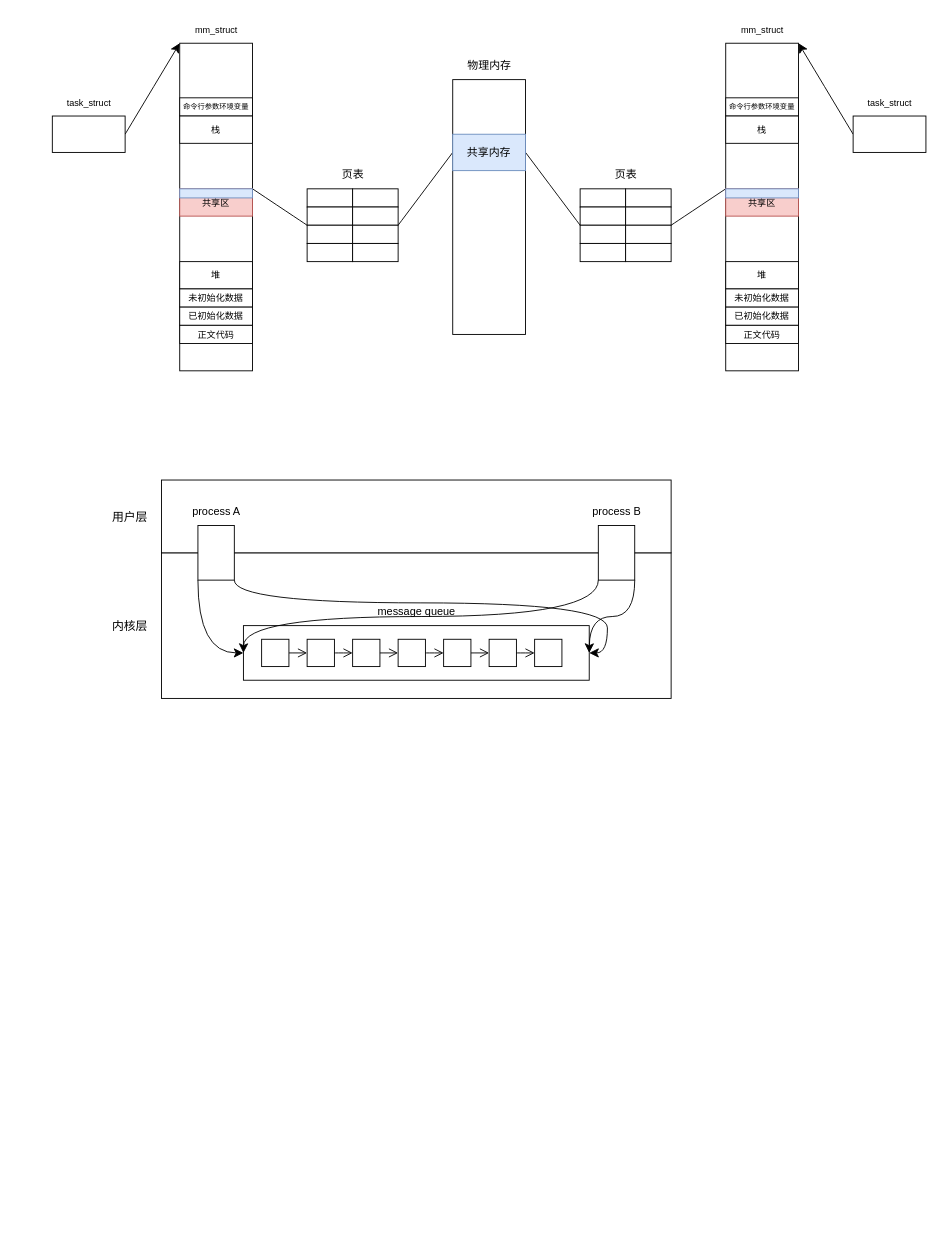
WAVE-CORE/Something keeps this draw.io diagram as drawio/未命名绘图.drawio. Above is the earlier version. Source tidied: cells renumbered, new cells numbered last; positions are measured from the earlier drawing's top-left corner, leaving out a move shared by most shapes. Both pictures are drawn from the tidied source at 91%, with x=0, y=0 at pixel (52, 15).
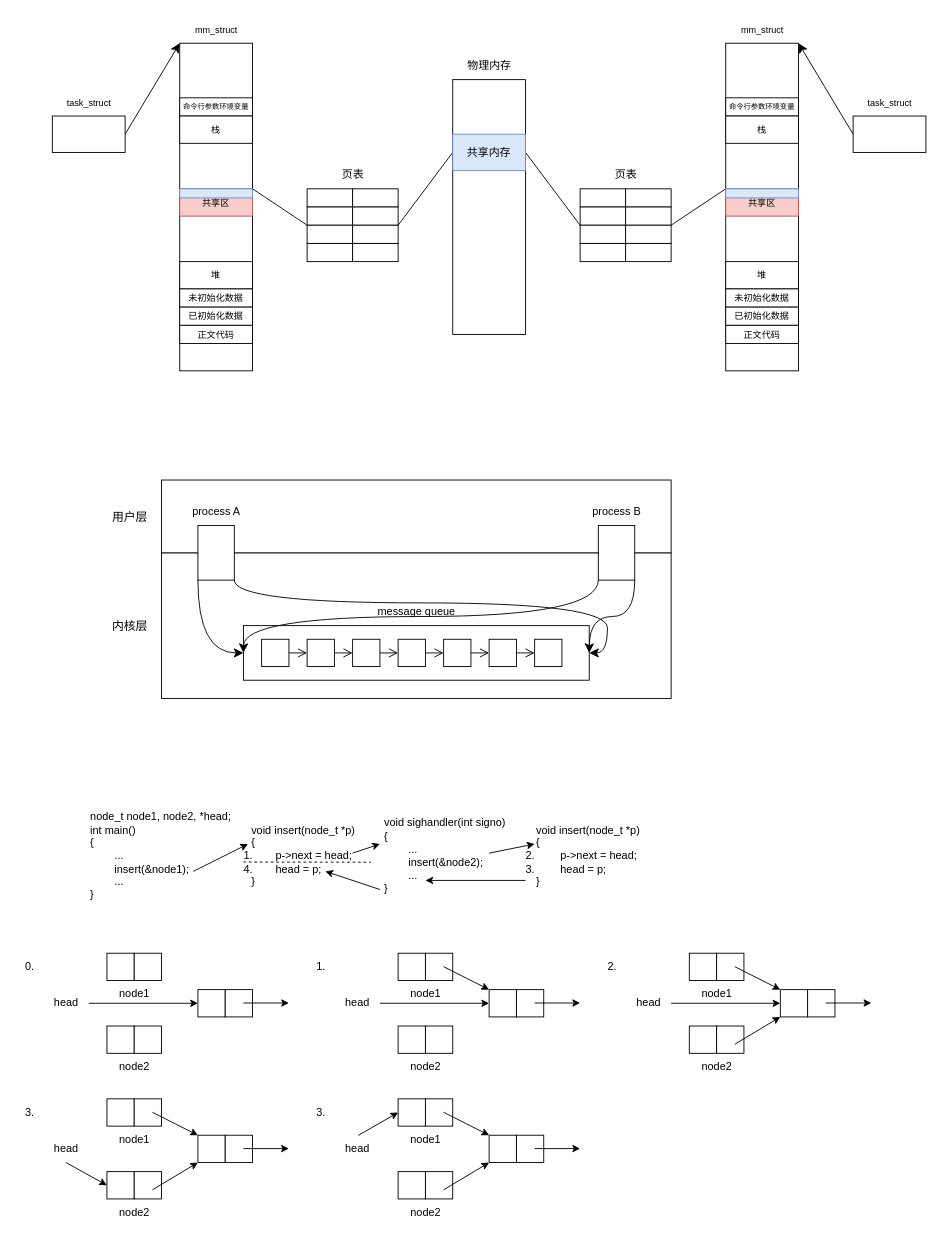
After the change.

Commit message:
更新未命名绘图.drawio

Diff of the diagram source:
```diff
@@
+    <mxCell id="80" value="node_t node1, node2, *head;&lt;div&gt;int main()&lt;/div&gt;&lt;div&gt;{&lt;/div&gt;&lt;div&gt;&lt;span style=&quot;white-space: pre;&quot;&gt;&#9;&lt;/span&gt;...&lt;br&gt;&lt;/div&gt;&lt;div&gt;&lt;span style=&quot;white-space: pre;&quot;&gt;&#9;&lt;/span&gt;insert(&amp;amp;node1);&lt;br&gt;&lt;/div&gt;&lt;div&gt;&lt;span style=&quot;white-space: pre;&quot;&gt;&#9;&lt;/span&gt;...&lt;br&gt;&lt;/div&gt;&lt;div&gt;}&lt;/div&gt;" style="text;html=1;align=left;verticalAlign=middle;strokeColor=none;fillColor=none;" parent="1" vertex="1">
+      <mxGeometry x="40" y="868" width="180" height="110" as="geometry" />
+    </mxCell>
+    <mxCell id="81" value="void insert(node_t *p)&lt;div&gt;{&lt;/div&gt;&lt;div&gt;&lt;span style=&quot;white-space: pre;&quot;&gt;&#9;&lt;/span&gt;p-&amp;gt;next = head;&lt;br&gt;&lt;/div&gt;&lt;div&gt;&lt;span style=&quot;white-space: pre;&quot;&gt;&#9;&lt;/span&gt;head = p;&lt;br&gt;&lt;/div&gt;&lt;div&gt;}&lt;/div&gt;" style="text;html=1;align=left;verticalAlign=middle;strokeColor=none;fillColor=none;" parent="1" vertex="1">
+      <mxGeometry x="217" y="878" width="140" height="90" as="geometry" />
+    </mxCell>
+    <mxCell id="82" value="void sighandler(int signo)&lt;div&gt;{&lt;/div&gt;&lt;div&gt;&lt;span style=&quot;white-space: pre;&quot;&gt;&#9;&lt;/span&gt;...&lt;br&gt;&lt;/div&gt;&lt;div&gt;&lt;span style=&quot;white-space: pre;&quot;&gt;&#9;&lt;/span&gt;insert(&amp;amp;node2);&lt;br&gt;&lt;/div&gt;&lt;div&gt;&lt;span style=&quot;white-space: pre;&quot;&gt;&#9;&lt;/span&gt;...&lt;br&gt;&lt;/div&gt;&lt;div&gt;}&lt;/div&gt;" style="text;html=1;align=left;verticalAlign=middle;strokeColor=none;fillColor=none;" parent="1" vertex="1">
+      <mxGeometry x="363" y="873" width="160" height="100" as="geometry" />
+    </mxCell>
+    <mxCell id="83" value="void insert(node_t *p)&lt;div&gt;{&lt;/div&gt;&lt;div&gt;&lt;span style=&quot;white-space: pre;&quot;&gt;&#9;&lt;/span&gt;p-&amp;gt;next = head;&lt;br&gt;&lt;/div&gt;&lt;div&gt;&lt;span style=&quot;white-space: pre;&quot;&gt;&#9;&lt;/span&gt;head = p;&lt;br&gt;&lt;/div&gt;&lt;div&gt;}&lt;/div&gt;" style="text;html=1;align=left;verticalAlign=middle;strokeColor=none;fillColor=none;" parent="1" vertex="1">
+      <mxGeometry x="530" y="878" width="140" height="90" as="geometry" />
+    </mxCell>
+    <mxCell id="84" value="2.&lt;div&gt;3.&lt;/div&gt;" style="text;html=1;align=center;verticalAlign=middle;strokeColor=none;fillColor=none;" parent="1" vertex="1">
+      <mxGeometry x="510" y="910" width="30" height="40" as="geometry" />
+    </mxCell>
+    <mxCell id="85" value="1.&lt;div&gt;4.&lt;/div&gt;" style="text;html=1;align=center;verticalAlign=middle;strokeColor=none;fillColor=none;" parent="1" vertex="1">
+      <mxGeometry x="200" y="910" width="30" height="40" as="geometry" />
+    </mxCell>
+    <mxCell id="86" style="endArrow=classic;html=1;rounded=0;" parent="1" edge="1">
+      <mxGeometry relative="1" as="geometry">
+        <mxPoint x="155" y="940" as="sourcePoint" />
+        <mxPoint x="215" y="910" as="targetPoint" />
+      </mxGeometry>
+    </mxCell>
+    <mxCell id="87" style="endArrow=classic;html=1;rounded=0;" parent="1" edge="1">
+      <mxGeometry relative="1" as="geometry">
+        <mxPoint x="360" y="960" as="sourcePoint" />
+        <mxPoint x="300" y="940" as="targetPoint" />
+      </mxGeometry>
+    </mxCell>
+    <mxCell id="88" style="endArrow=classic;html=1;rounded=0;" parent="1" edge="1">
+      <mxGeometry relative="1" as="geometry">
+        <mxPoint x="330" y="920" as="sourcePoint" />
+        <mxPoint x="360" y="910" as="targetPoint" />
+      </mxGeometry>
+    </mxCell>
+    <mxCell id="89" style="endArrow=classic;html=1;rounded=0;" parent="1" edge="1">
+      <mxGeometry relative="1" as="geometry">
+        <mxPoint x="480" y="920" as="sourcePoint" />
+        <mxPoint x="530" y="910" as="targetPoint" />
+      </mxGeometry>
+    </mxCell>
+    <mxCell id="90" style="endArrow=classic;html=1;rounded=0;" parent="1" edge="1">
+      <mxGeometry relative="1" as="geometry">
+        <mxPoint x="520" y="950" as="sourcePoint" />
+        <mxPoint x="410" y="950" as="targetPoint" />
+      </mxGeometry>
+    </mxCell>
+    <mxCell id="91" style="endArrow=none;dashed=1;html=1;rounded=0;" parent="1" edge="1">
+      <mxGeometry relative="1" as="geometry">
+        <mxPoint x="210" y="929.8" as="sourcePoint" />
+        <mxPoint x="350" y="930" as="targetPoint" />
+      </mxGeometry>
+    </mxCell>
+    <mxCell id="92" style="whiteSpace=wrap;html=1;" parent="1" vertex="1">
+      <mxGeometry x="60" y="1030" width="30" height="30" as="geometry" />
+    </mxCell>
+    <mxCell id="93" style="whiteSpace=wrap;html=1;" parent="1" vertex="1">
+      <mxGeometry x="90" y="1030" width="30" height="30" as="geometry" />
+    </mxCell>
+    <mxCell id="94" style="whiteSpace=wrap;html=1;" parent="1" vertex="1">
+      <mxGeometry x="60" y="1110" width="30" height="30" as="geometry" />
+    </mxCell>
+    <mxCell id="95" style="whiteSpace=wrap;html=1;" parent="1" vertex="1">
+      <mxGeometry x="90" y="1110" width="30" height="30" as="geometry" />
+    </mxCell>
+    <mxCell id="96" style="whiteSpace=wrap;html=1;" parent="1" vertex="1">
+      <mxGeometry x="160" y="1070" width="30" height="30" as="geometry" />
+    </mxCell>
+    <mxCell id="97" style="whiteSpace=wrap;html=1;" parent="1" vertex="1">
+      <mxGeometry x="190" y="1070" width="30" height="30" as="geometry" />
+    </mxCell>
+    <mxCell id="98" value="node1" style="text;html=1;align=center;verticalAlign=middle;strokeColor=none;fillColor=none;" parent="1" vertex="1">
+      <mxGeometry x="60" y="1060" width="60" height="30" as="geometry" />
+    </mxCell>
+    <mxCell id="99" value="node2" style="text;html=1;align=center;verticalAlign=middle;strokeColor=none;fillColor=none;" parent="1" vertex="1">
+      <mxGeometry x="60" y="1140" width="60" height="30" as="geometry" />
+    </mxCell>
+    <mxCell id="100" style="edgeStyle=orthogonalEdgeStyle;rounded=0;jettySize=auto;html=1;entryX=0;entryY=0.5;entryDx=0;entryDy=0;" parent="1" edge="1" source="101" target="96">
+      <mxGeometry relative="1" as="geometry" />
+    </mxCell>
+    <mxCell id="101" value="head" style="text;html=1;align=center;verticalAlign=middle;points=[];strokeColor=none;fillColor=none;" parent="1" vertex="1">
+      <mxGeometry x="-10" y="1070" width="50" height="30" as="geometry" />
+    </mxCell>
+    <mxCell id="102" style="edgeStyle=none;orthogonalLoop=1;jettySize=auto;html=1;rounded=0;" parent="1" edge="1">
+      <mxGeometry relative="1" as="geometry">
+        <mxPoint x="210" y="1084.7" as="sourcePoint" />
+        <mxPoint x="260" y="1084.7" as="targetPoint" />
+      </mxGeometry>
+    </mxCell>
+    <mxCell id="103" value="0." style="text;html=1;align=center;verticalAlign=middle;strokeColor=none;fillColor=none;" parent="1" vertex="1">
+      <mxGeometry x="-40" y="1030" width="30" height="30" as="geometry" />
+    </mxCell>
+    <mxCell id="104" style="whiteSpace=wrap;html=1;" parent="1" vertex="1">
+      <mxGeometry x="380" y="1030" width="30" height="30" as="geometry" />
+    </mxCell>
+    <mxCell id="105" style="whiteSpace=wrap;html=1;" parent="1" vertex="1">
+      <mxGeometry x="410" y="1030" width="30" height="30" as="geometry" />
+    </mxCell>
+    <mxCell id="106" style="whiteSpace=wrap;html=1;" parent="1" vertex="1">
+      <mxGeometry x="380" y="1110" width="30" height="30" as="geometry" />
+    </mxCell>
+    <mxCell id="107" style="whiteSpace=wrap;html=1;" parent="1" vertex="1">
+      <mxGeometry x="410" y="1110" width="30" height="30" as="geometry" />
+    </mxCell>
+    <mxCell id="108" style="whiteSpace=wrap;html=1;" parent="1" vertex="1">
+      <mxGeometry x="480" y="1070" width="30" height="30" as="geometry" />
+    </mxCell>
+    <mxCell id="109" style="whiteSpace=wrap;html=1;" parent="1" vertex="1">
+      <mxGeometry x="510" y="1070" width="30" height="30" as="geometry" />
+    </mxCell>
+    <mxCell id="110" value="node1" style="text;html=1;align=center;verticalAlign=middle;strokeColor=none;fillColor=none;" parent="1" vertex="1">
+      <mxGeometry x="380" y="1060" width="60" height="30" as="geometry" />
+    </mxCell>
+    <mxCell id="111" value="node2" style="text;html=1;align=center;verticalAlign=middle;strokeColor=none;fillColor=none;" parent="1" vertex="1">
+      <mxGeometry x="380" y="1140" width="60" height="30" as="geometry" />
+    </mxCell>
+    <mxCell id="112" style="edgeStyle=orthogonalEdgeStyle;rounded=0;jettySize=auto;html=1;entryX=0;entryY=0.5;entryDx=0;entryDy=0;" parent="1" edge="1" source="113" target="108">
+      <mxGeometry relative="1" as="geometry" />
+    </mxCell>
+    <mxCell id="113" value="head" style="text;html=1;align=center;verticalAlign=middle;points=[];strokeColor=none;fillColor=none;" parent="1" vertex="1">
+      <mxGeometry x="310" y="1070" width="50" height="30" as="geometry" />
+    </mxCell>
+    <mxCell id="114" style="edgeStyle=none;orthogonalLoop=1;jettySize=auto;html=1;rounded=0;" parent="1" edge="1">
+      <mxGeometry relative="1" as="geometry">
+        <mxPoint x="530" y="1084.7" as="sourcePoint" />
+        <mxPoint x="580" y="1084.7" as="targetPoint" />
+      </mxGeometry>
+    </mxCell>
+    <mxCell id="115" value="1." style="text;html=1;align=center;verticalAlign=middle;strokeColor=none;fillColor=none;" parent="1" vertex="1">
+      <mxGeometry x="280" y="1030" width="30" height="30" as="geometry" />
+    </mxCell>
+    <mxCell id="116" style="edgeStyle=none;jettySize=auto;html=1;rounded=0;entryX=0;entryY=0;entryDx=0;entryDy=0;" parent="1" edge="1" target="108">
+      <mxGeometry relative="1" as="geometry">
+        <mxPoint x="430" y="1044.8" as="sourcePoint" />
+      </mxGeometry>
+    </mxCell>
+    <mxCell id="117" style="whiteSpace=wrap;html=1;" parent="1" vertex="1">
+      <mxGeometry x="700" y="1030" width="30" height="30" as="geometry" />
+    </mxCell>
+    <mxCell id="118" style="whiteSpace=wrap;html=1;" parent="1" vertex="1">
+      <mxGeometry x="730" y="1030" width="30" height="30" as="geometry" />
+    </mxCell>
+    <mxCell id="119" style="whiteSpace=wrap;html=1;" parent="1" vertex="1">
+      <mxGeometry x="700" y="1110" width="30" height="30" as="geometry" />
+    </mxCell>
+    <mxCell id="120" style="whiteSpace=wrap;html=1;" parent="1" vertex="1">
+      <mxGeometry x="730" y="1110" width="30" height="30" as="geometry" />
+    </mxCell>
+    <mxCell id="121" style="whiteSpace=wrap;html=1;" parent="1" vertex="1">
+      <mxGeometry x="800" y="1070" width="30" height="30" as="geometry" />
+    </mxCell>
+    <mxCell id="122" style="whiteSpace=wrap;html=1;" parent="1" vertex="1">
+      <mxGeometry x="830" y="1070" width="30" height="30" as="geometry" />
+    </mxCell>
+    <mxCell id="123" value="node1" style="text;html=1;align=center;verticalAlign=middle;strokeColor=none;fillColor=none;" parent="1" vertex="1">
+      <mxGeometry x="700" y="1060" width="60" height="30" as="geometry" />
+    </mxCell>
+    <mxCell id="124" value="node2" style="text;html=1;align=center;verticalAlign=middle;strokeColor=none;fillColor=none;" parent="1" vertex="1">
+      <mxGeometry x="700" y="1140" width="60" height="30" as="geometry" />
+    </mxCell>
+    <mxCell id="125" style="edgeStyle=orthogonalEdgeStyle;rounded=0;jettySize=auto;html=1;entryX=0;entryY=0.5;entryDx=0;entryDy=0;" parent="1" edge="1" source="126" target="121">
+      <mxGeometry relative="1" as="geometry" />
+    </mxCell>
+    <mxCell id="126" value="head" style="text;html=1;align=center;verticalAlign=middle;points=[];strokeColor=none;fillColor=none;" parent="1" vertex="1">
+      <mxGeometry x="630" y="1070" width="50" height="30" as="geometry" />
+    </mxCell>
+    <mxCell id="127" style="edgeStyle=none;orthogonalLoop=1;jettySize=auto;html=1;rounded=0;" parent="1" edge="1">
+      <mxGeometry relative="1" as="geometry">
+        <mxPoint x="850" y="1084.7" as="sourcePoint" />
+        <mxPoint x="900" y="1084.7" as="targetPoint" />
+      </mxGeometry>
+    </mxCell>
+    <mxCell id="128" value="2." style="text;html=1;align=center;verticalAlign=middle;strokeColor=none;fillColor=none;" parent="1" vertex="1">
+      <mxGeometry x="600" y="1030" width="30" height="30" as="geometry" />
+    </mxCell>
+    <mxCell id="129" style="edgeStyle=none;jettySize=auto;html=1;rounded=0;entryX=0;entryY=0;entryDx=0;entryDy=0;" parent="1" edge="1" target="121">
+      <mxGeometry relative="1" as="geometry">
+        <mxPoint x="750" y="1044.8" as="sourcePoint" />
+      </mxGeometry>
+    </mxCell>
+    <mxCell id="130" style="edgeStyle=none;jettySize=auto;html=1;rounded=0;entryX=0;entryY=1;entryDx=0;entryDy=0;" parent="1" edge="1" target="121">
+      <mxGeometry relative="1" as="geometry">
+        <mxPoint x="750" y="1130" as="sourcePoint" />
+      </mxGeometry>
+    </mxCell>
+    <mxCell id="131" style="whiteSpace=wrap;html=1;" parent="1" vertex="1">
+      <mxGeometry x="60" y="1190" width="30" height="30" as="geometry" />
+    </mxCell>
+    <mxCell id="132" style="whiteSpace=wrap;html=1;" parent="1" vertex="1">
+      <mxGeometry x="90" y="1190" width="30" height="30" as="geometry" />
+    </mxCell>
+    <mxCell id="133" style="whiteSpace=wrap;html=1;" parent="1" vertex="1">
+      <mxGeometry x="60" y="1270" width="30" height="30" as="geometry" />
+    </mxCell>
+    <mxCell id="134" style="whiteSpace=wrap;html=1;" parent="1" vertex="1">
+      <mxGeometry x="90" y="1270" width="30" height="30" as="geometry" />
+    </mxCell>
+    <mxCell id="135" style="whiteSpace=wrap;html=1;" parent="1" vertex="1">
+      <mxGeometry x="160" y="1230" width="30" height="30" as="geometry" />
+    </mxCell>
+    <mxCell id="136" style="whiteSpace=wrap;html=1;" parent="1" vertex="1">
+      <mxGeometry x="190" y="1230" width="30" height="30" as="geometry" />
+    </mxCell>
+    <mxCell id="137" value="node1" style="text;html=1;align=center;verticalAlign=middle;strokeColor=none;fillColor=none;" parent="1" vertex="1">
+      <mxGeometry x="60" y="1220" width="60" height="30" as="geometry" />
+    </mxCell>
+    <mxCell id="138" value="node2" style="text;html=1;align=center;verticalAlign=middle;strokeColor=none;fillColor=none;" parent="1" vertex="1">
+      <mxGeometry x="60" y="1300" width="60" height="30" as="geometry" />
+    </mxCell>
+    <mxCell id="139" value="head" style="text;html=1;align=center;verticalAlign=middle;strokeColor=none;fillColor=none;" parent="1" vertex="1">
+      <mxGeometry x="-10" y="1230" width="50" height="30" as="geometry" />
+    </mxCell>
+    <mxCell id="140" style="edgeStyle=none;orthogonalLoop=1;jettySize=auto;html=1;rounded=0;" parent="1" edge="1">
+      <mxGeometry relative="1" as="geometry">
+        <mxPoint x="210" y="1244.7" as="sourcePoint" />
+        <mxPoint x="260" y="1244.7" as="targetPoint" />
+      </mxGeometry>
+    </mxCell>
+    <mxCell id="141" value="3." style="text;html=1;align=center;verticalAlign=middle;strokeColor=none;fillColor=none;" parent="1" vertex="1">
+      <mxGeometry x="-40" y="1190" width="30" height="30" as="geometry" />
+    </mxCell>
+    <mxCell id="142" style="edgeStyle=none;jettySize=auto;html=1;rounded=0;entryX=0;entryY=0;entryDx=0;entryDy=0;" parent="1" edge="1" target="135">
+      <mxGeometry relative="1" as="geometry">
+        <mxPoint x="110" y="1204.8" as="sourcePoint" />
+      </mxGeometry>
+    </mxCell>
+    <mxCell id="143" style="edgeStyle=none;jettySize=auto;html=1;rounded=0;entryX=0;entryY=1;entryDx=0;entryDy=0;" parent="1" edge="1" target="135">
+      <mxGeometry relative="1" as="geometry">
+        <mxPoint x="110" y="1290" as="sourcePoint" />
+      </mxGeometry>
+    </mxCell>
+    <mxCell id="144" style="edgeStyle=none;jettySize=auto;html=1;rounded=0;entryX=0;entryY=0.5;entryDx=0;entryDy=0;" parent="1" edge="1" target="133">
+      <mxGeometry relative="1" as="geometry">
+        <mxPoint x="15" y="1260" as="sourcePoint" />
+      </mxGeometry>
+    </mxCell>
+    <mxCell id="145" style="whiteSpace=wrap;html=1;" parent="1" vertex="1">
+      <mxGeometry x="380" y="1190" width="30" height="30" as="geometry" />
+    </mxCell>
+    <mxCell id="146" style="whiteSpace=wrap;html=1;" parent="1" vertex="1">
+      <mxGeometry x="410" y="1190" width="30" height="30" as="geometry" />
+    </mxCell>
+    <mxCell id="147" style="whiteSpace=wrap;html=1;" parent="1" vertex="1">
+      <mxGeometry x="380" y="1270" width="30" height="30" as="geometry" />
+    </mxCell>
+    <mxCell id="148" style="whiteSpace=wrap;html=1;" parent="1" vertex="1">
+      <mxGeometry x="410" y="1270" width="30" height="30" as="geometry" />
+    </mxCell>
+    <mxCell id="149" style="whiteSpace=wrap;html=1;" parent="1" vertex="1">
+      <mxGeometry x="480" y="1230" width="30" height="30" as="geometry" />
+    </mxCell>
+    <mxCell id="150" style="whiteSpace=wrap;html=1;" parent="1" vertex="1">
+      <mxGeometry x="510" y="1230" width="30" height="30" as="geometry" />
+    </mxCell>
+    <mxCell id="151" value="node1" style="text;html=1;align=center;verticalAlign=middle;strokeColor=none;fillColor=none;" parent="1" vertex="1">
+      <mxGeometry x="380" y="1220" width="60" height="30" as="geometry" />
+    </mxCell>
+    <mxCell id="152" value="node2" style="text;html=1;align=center;verticalAlign=middle;strokeColor=none;fillColor=none;" parent="1" vertex="1">
+      <mxGeometry x="380" y="1300" width="60" height="30" as="geometry" />
+    </mxCell>
+    <mxCell id="153" value="head" style="text;html=1;align=center;verticalAlign=middle;points=[];strokeColor=none;fillColor=none;" parent="1" vertex="1">
+      <mxGeometry x="310" y="1230" width="50" height="30" as="geometry" />
+    </mxCell>
+    <mxCell id="154" style="edgeStyle=none;orthogonalLoop=1;jettySize=auto;html=1;rounded=0;" parent="1" edge="1">
+      <mxGeometry relative="1" as="geometry">
+        <mxPoint x="530" y="1244.7" as="sourcePoint" />
+        <mxPoint x="580" y="1244.7" as="targetPoint" />
+      </mxGeometry>
+    </mxCell>
+    <mxCell id="155" value="3." style="text;html=1;align=center;verticalAlign=middle;strokeColor=none;fillColor=none;" parent="1" vertex="1">
+      <mxGeometry x="280" y="1190" width="30" height="30" as="geometry" />
+    </mxCell>
+    <mxCell id="156" style="edgeStyle=none;jettySize=auto;html=1;rounded=0;entryX=0;entryY=0;entryDx=0;entryDy=0;" parent="1" edge="1" target="149">
+      <mxGeometry relative="1" as="geometry">
+        <mxPoint x="430" y="1204.8" as="sourcePoint" />
+      </mxGeometry>
+    </mxCell>
+    <mxCell id="157" style="edgeStyle=none;jettySize=auto;html=1;rounded=0;entryX=0;entryY=1;entryDx=0;entryDy=0;" parent="1" edge="1" target="149">
+      <mxGeometry relative="1" as="geometry">
+        <mxPoint x="430" y="1290" as="sourcePoint" />
+      </mxGeometry>
+    </mxCell>
+    <mxCell id="158" style="edgeStyle=none;jettySize=auto;html=1;rounded=0;entryX=0;entryY=0.5;entryDx=0;entryDy=0;exitX=0.523;exitY=0.008;exitDx=0;exitDy=0;exitPerimeter=0;" parent="1" edge="1" source="153" target="145">
+      <mxGeometry relative="1" as="geometry" />
+    </mxCell>
```
